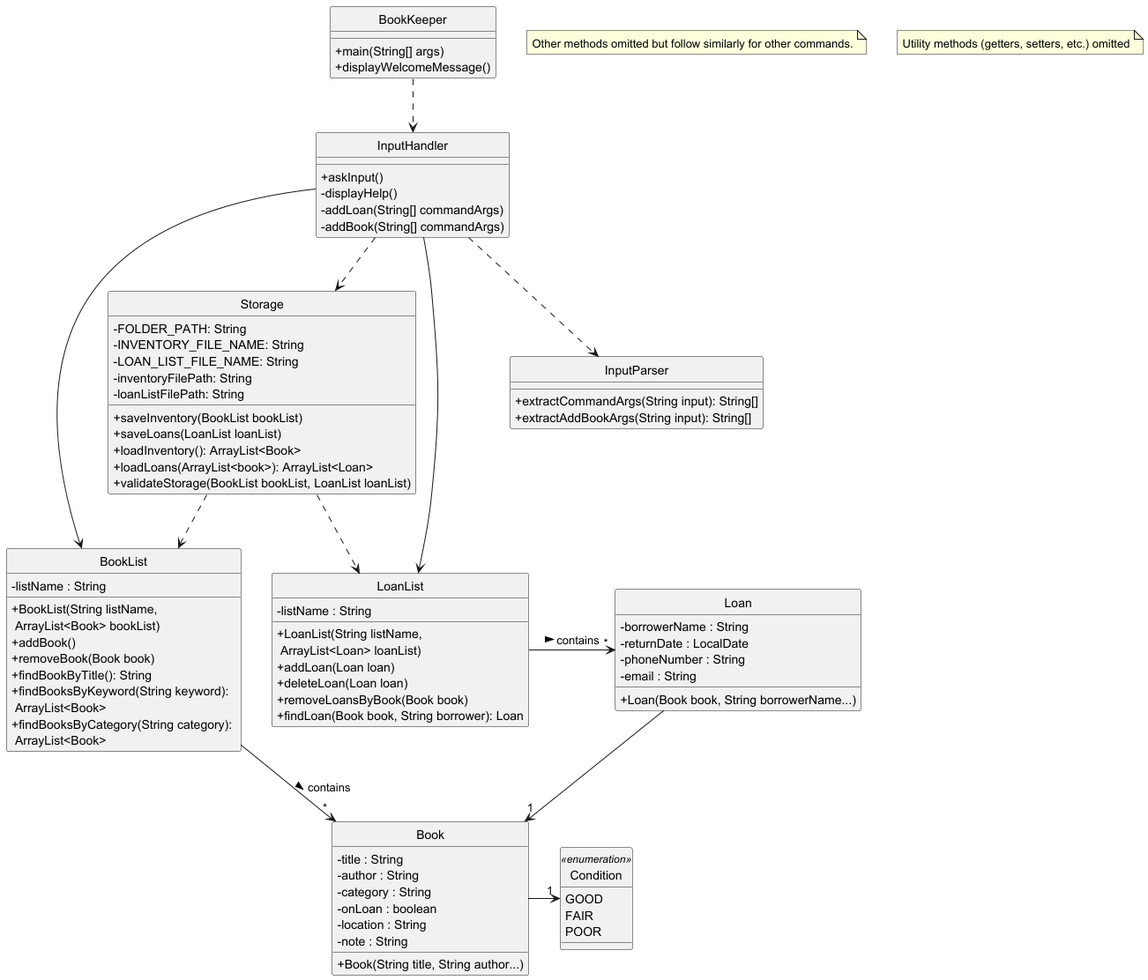
This is docs/images/classDiagram.png from AY2425S2-CS2113-T12-2/tp, a PlantUML export, as it was before one commit.
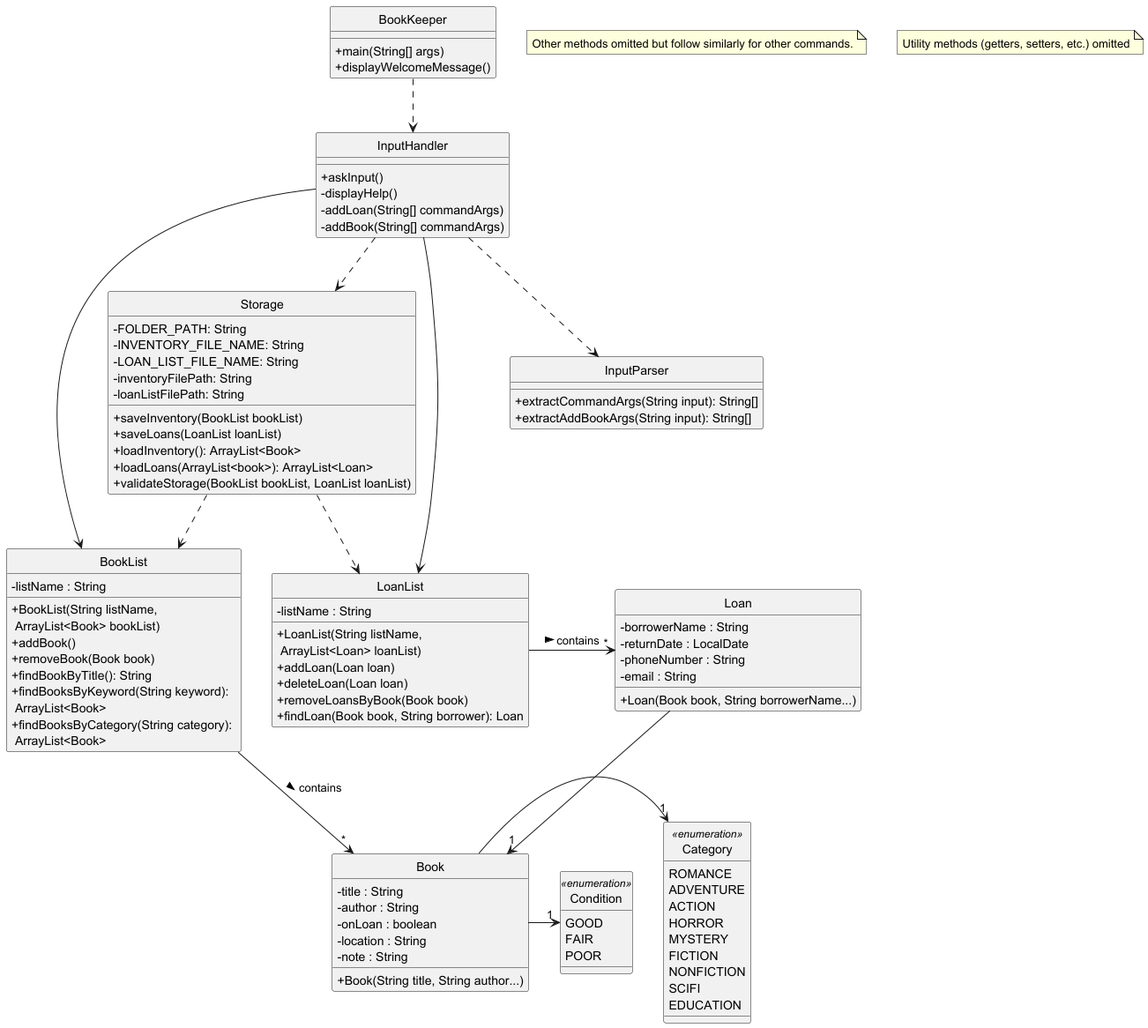
Above is the later version.

Commit message:
Update classDiagram.png and fix brace position in Storage.java

Diff of the diagram source:
```diff
@@ -25,7 +25,6 @@
 class Book {
     - title : String
     - author : String
-    - category : String
     - onLoan : boolean
     - location : String
     - note : String
@@ -44,6 +43,18 @@
     GOOD
     FAIR
     POOR
+}
+
+enum Category <<enumeration>> {
+    ROMANCE
+    ADVENTURE
+    ACTION
+    HORROR
+    MYSTERY
+    FICTION
+    NONFICTION
+    SCIFI
+    EDUCATION
 }
 
 class Storage {
@@ -87,6 +98,7 @@
 InputHandler ..> InputParser
 BookKeeper ..> InputHandler
 Book -> "1" Condition
+Book -> "1" Category
 Loan --> "1" Book
 Storage ..> BookList
 Storage ..> LoanList
```
